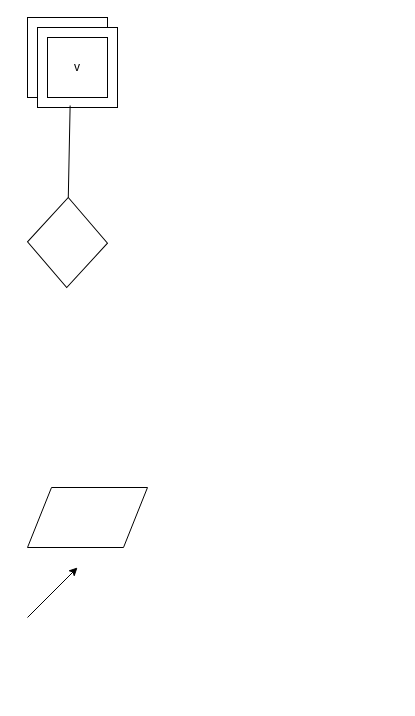
Above: Untitled Diagram.drawio in amrithub/villa (draw.io), before the change. Source tidied: cells renumbered, new cells numbered last; positions are measured from the earlier drawing's top-left corner, leaving out a move shared by most shapes. Both pictures are drawn from the tidied source at 100%, with x=0, y=0 at pixel (27, 17).
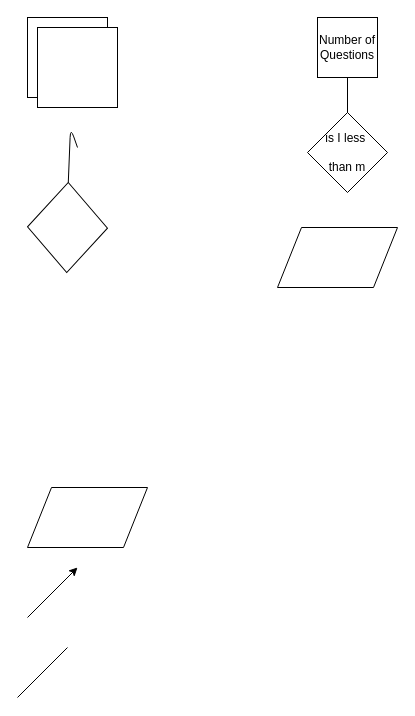
After the change.

The edit, as a diff of the source:
```diff
@@
 <mxGraphModel>
   <root>
     <mxCell id="0" />
     <mxCell id="1" parent="0" />
     <mxCell id="2" style="whiteSpace=wrap;html=1;" parent="1" vertex="1">
       <mxGeometry width="80" height="80" as="geometry" />
     </mxCell>
     <mxCell id="3" style="text;html=1;align=left;verticalAlign=top;spacingTop=-4;" parent="1" vertex="1">
       <mxGeometry x="55" y="431" width="20" height="20" as="geometry" />
     </mxCell>
     <mxCell id="4" style="whiteSpace=wrap;html=1;" parent="1" vertex="1">
       <mxGeometry x="10" y="10" width="80" height="80" as="geometry" />
     </mxCell>
-    <mxCell id="5" value="v" style="whiteSpace=wrap;html=1;" parent="1" vertex="1">
-      <mxGeometry x="20" y="20" width="60" height="60" as="geometry" />
+    <mxCell id="5" value="Number of&lt;br&gt;Questions" style="whiteSpace=wrap;html=1;" parent="1" vertex="1">
+      <mxGeometry x="290" width="60" height="60" as="geometry" />
     </mxCell>
     <mxCell id="6" style="shape=parallelogram;perimeter=parallelogramPerimeter;whiteSpace=wrap;html=1;" parent="1" vertex="1">
       <mxGeometry y="470" width="120" height="60" as="geometry" />
     </mxCell>
     <mxCell id="7" style="rhombus;whiteSpace=wrap;html=1;rotation=1;" parent="1" vertex="1">
-      <mxGeometry y="180" width="80" height="90" as="geometry" />
+      <mxGeometry y="165" width="80" height="90" as="geometry" />
     </mxCell>
     <mxCell id="8" style="endArrow=classic;html=1;" parent="1" edge="1">
       <mxGeometry relative="1" as="geometry">
         <mxPoint y="600" as="sourcePoint" />
         <mxPoint x="50" y="550" as="targetPoint" />
       </mxGeometry>
     </mxCell>
-    <mxCell id="9" style="endArrow=none;html=1;entryX=0.408;entryY=0.975;entryDx=0;entryDy=0;entryPerimeter=0;exitX=0.5;exitY=0;exitDx=0;exitDy=0;" parent="1" edge="1" source="7" target="4">
-      <mxGeometry relative="1" as="geometry" />
+    <mxCell id="9" style="endArrow=none;html=1;exitX=0.5;exitY=0;exitDx=0;exitDy=0;" parent="1" edge="1" source="7">
+      <mxGeometry relative="1" as="geometry">
+        <mxPoint x="50" y="130" as="targetPoint" />
+        <Array as="points">
+          <mxPoint x="43" y="110" />
+        </Array>
+      </mxGeometry>
     </mxCell>
+    <mxCell id="10" style="endArrow=none;html=1;" parent="1" edge="1">
+      <mxGeometry relative="1" as="geometry">
+        <mxPoint x="-10" y="680" as="sourcePoint" />
+        <mxPoint x="40" y="630" as="targetPoint" />
+      </mxGeometry>
+    </mxCell>
+    <mxCell id="11" style="endArrow=none;html=1;entryX=0.5;entryY=1;entryDx=0;entryDy=0;" parent="1" edge="1" target="5">
+      <mxGeometry relative="1" as="geometry">
+        <mxPoint x="320" y="100" as="sourcePoint" />
+      </mxGeometry>
+    </mxCell>
+    <mxCell id="12" style="shape=parallelogram;perimeter=parallelogramPerimeter;whiteSpace=wrap;html=1;" parent="1" vertex="1">
+      <mxGeometry x="250" y="210" width="120" height="60" as="geometry" />
+    </mxCell>
+    <mxCell id="13" value="is I less&amp;nbsp;&lt;br&gt;&lt;br&gt;than m" style="rhombus;whiteSpace=wrap;html=1;" parent="1" vertex="1">
+      <mxGeometry x="280" y="95" width="80" height="80" as="geometry" />
+    </mxCell>
   </root>
 </mxGraphModel>
```
